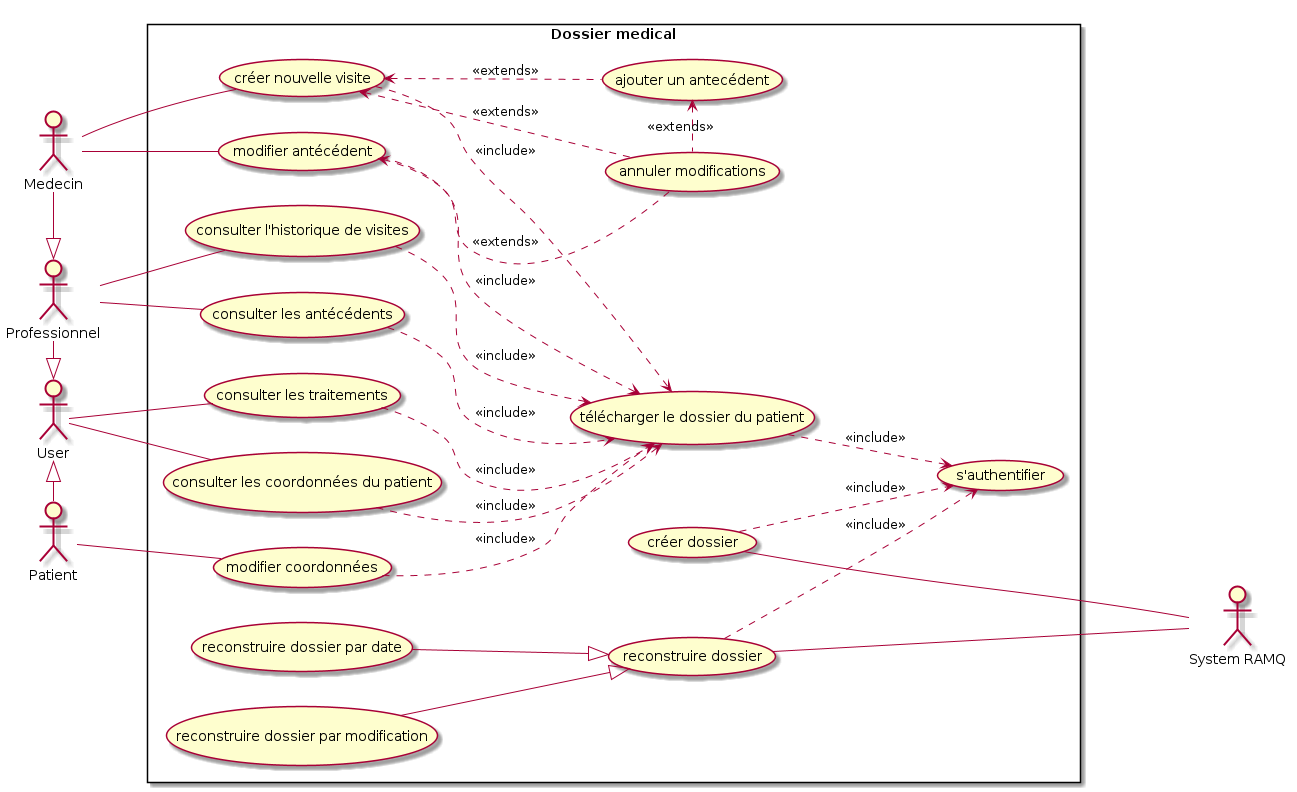
fethiuqam/INF5153-Projet-Session keeps this PlantUML diagram as models/Diagramme_Usecases/usecase_diagram.png. Above is the earlier version.
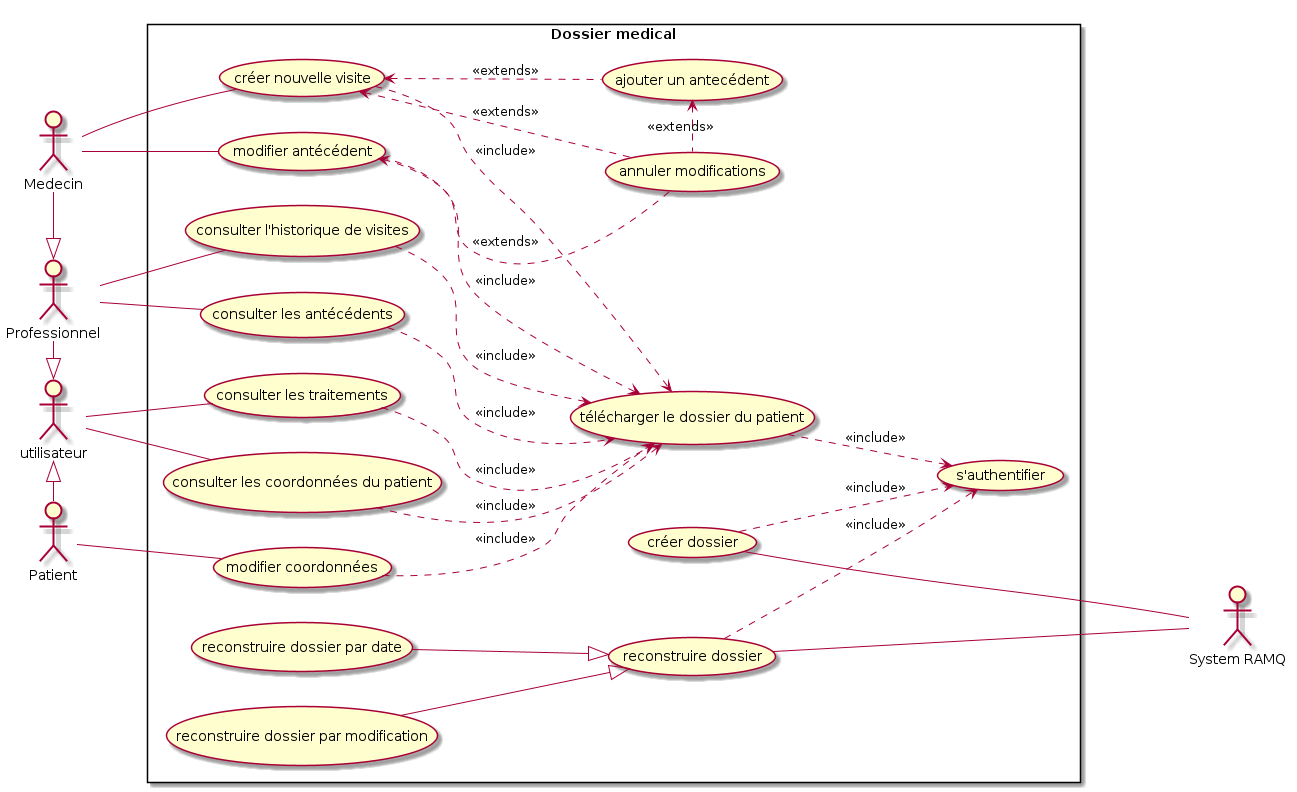
Above is the later version.

Change to the diagram source:
```diff
@@ -1,7 +1,7 @@
 @startuml
 left to right direction
 
-actor "User" as user
+actor "utilisateur" as user
 actor "Professionnel" as prof
 actor "Medecin" as med
 
```
